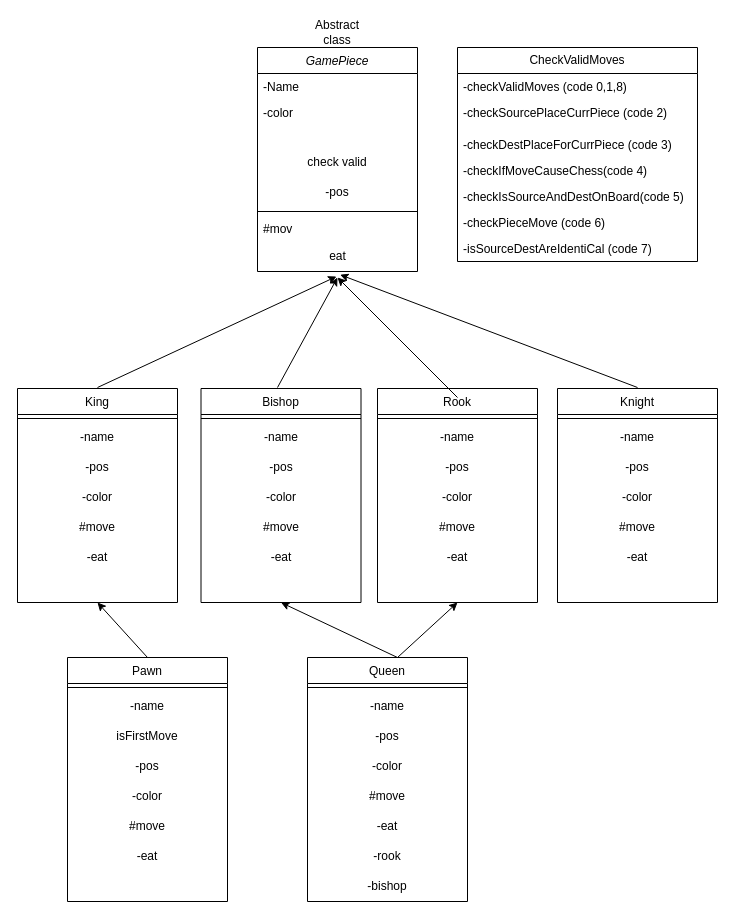
The draw.io diagram uml.drawio in Yishai-Shilian/ChessProject, before the edit. Source tidied: cells renumbered, new cells numbered last; positions are measured from the earlier drawing's top-left corner, leaving out a move shared by most shapes. Both pictures are drawn from the tidied source at 100%, with x=0, y=0 at pixel (17, 17).
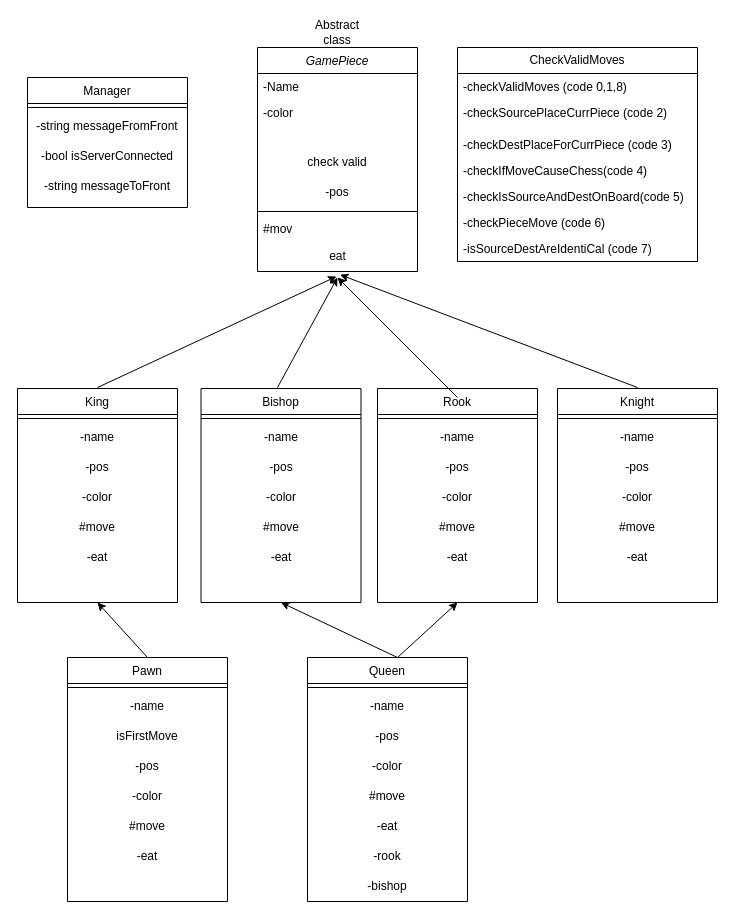
The same page after the edit.

The edit, as a diff of the source:
```diff
@@
+    <mxCell id="71" value="Manager" style="swimlane;fontStyle=0;align=center;verticalAlign=top;horizontal=1;startSize=26;rounded=0;shadow=0;strokeWidth=1;" parent="1" vertex="1">
+      <mxGeometry x="10" y="60" width="160" height="130" as="geometry" />
+    </mxCell>
+    <mxCell id="72" style="line;html=1;strokeWidth=1;align=left;verticalAlign=middle;spacingTop=-1;spacingLeft=3;spacingRight=3;labelPosition=right;" parent="71" vertex="1">
+      <mxGeometry y="26" width="160" height="8" as="geometry" />
+    </mxCell>
+    <mxCell id="73" value="-string messageFromFront" style="text;html=1;strokeColor=none;fillColor=none;align=center;verticalAlign=middle;whiteSpace=wrap;rounded=0;" parent="71" vertex="1">
+      <mxGeometry y="34" width="160" height="30" as="geometry" />
+    </mxCell>
+    <mxCell id="74" value="-bool isServerConnected" style="text;html=1;strokeColor=none;fillColor=none;align=center;verticalAlign=middle;whiteSpace=wrap;rounded=0;" parent="71" vertex="1">
+      <mxGeometry y="64" width="160" height="30" as="geometry" />
+    </mxCell>
+    <mxCell id="75" value="-string messageToFront" style="text;html=1;strokeColor=none;fillColor=none;align=center;verticalAlign=middle;whiteSpace=wrap;rounded=0;" parent="71" vertex="1">
+      <mxGeometry y="94" width="160" height="30" as="geometry" />
+    </mxCell>
```
